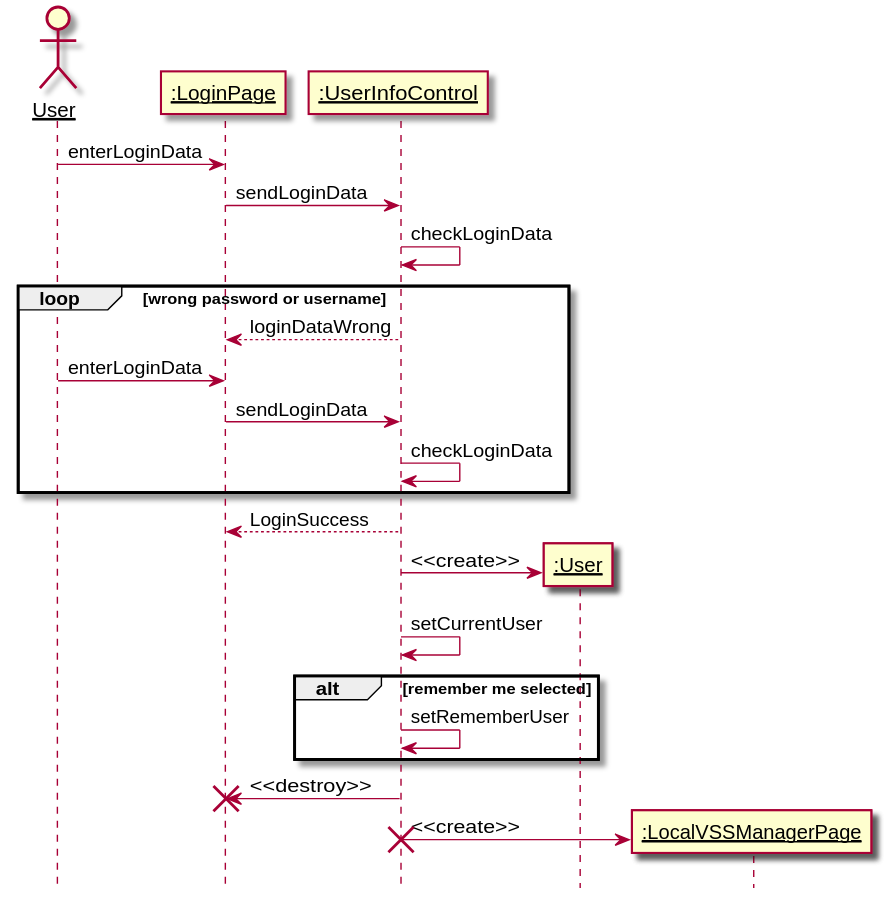
kpp19920121/doc keeps this PlantUML diagram as 需求定义和分析/Login.svg. Above is the earlier version.
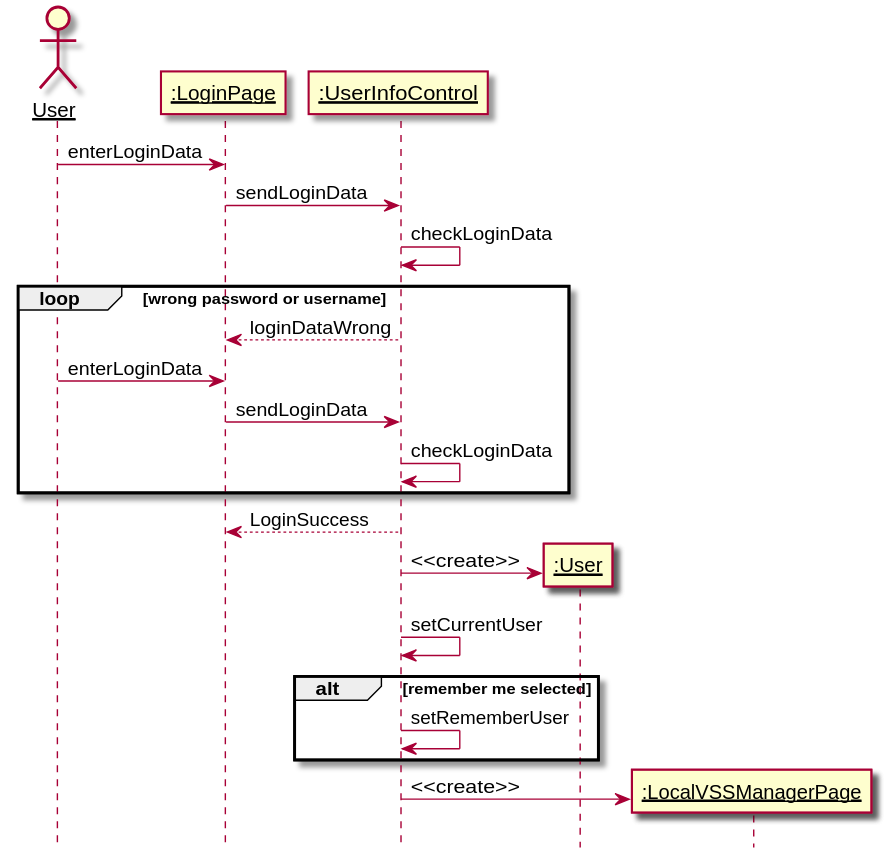
The same file after the commit.

What changed in the source:
```diff
@@ -24,9 +24,6 @@
 alt remember me selected
     control -> control: setRememberUser
 end
-control -> boundary: <<destroy>>
-destroy boundary
 create nextpage
 control -> nextpage: <<create>>
-destroy control
 @enduml
```
